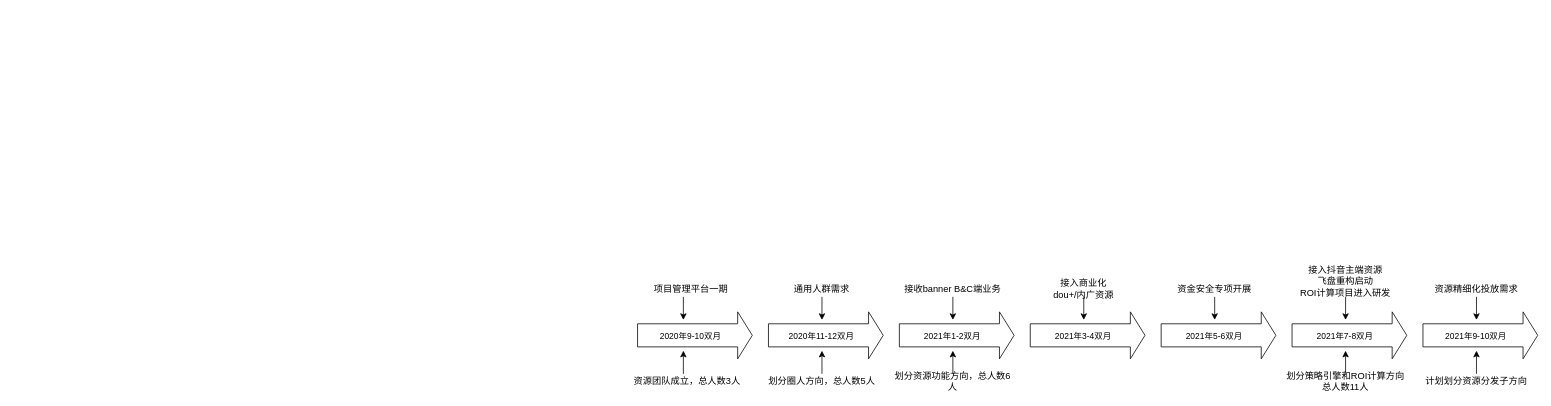
This is history.drawio from carlonelong/pics, a draw.io file, before an edit. Source tidied: cells renumbered, new cells numbered last; positions are measured from the earlier drawing's top-left corner, leaving out a move shared by most shapes. Both pictures are drawn from the tidied source at 77%, with x=0, y=0 at pixel (629, 273).
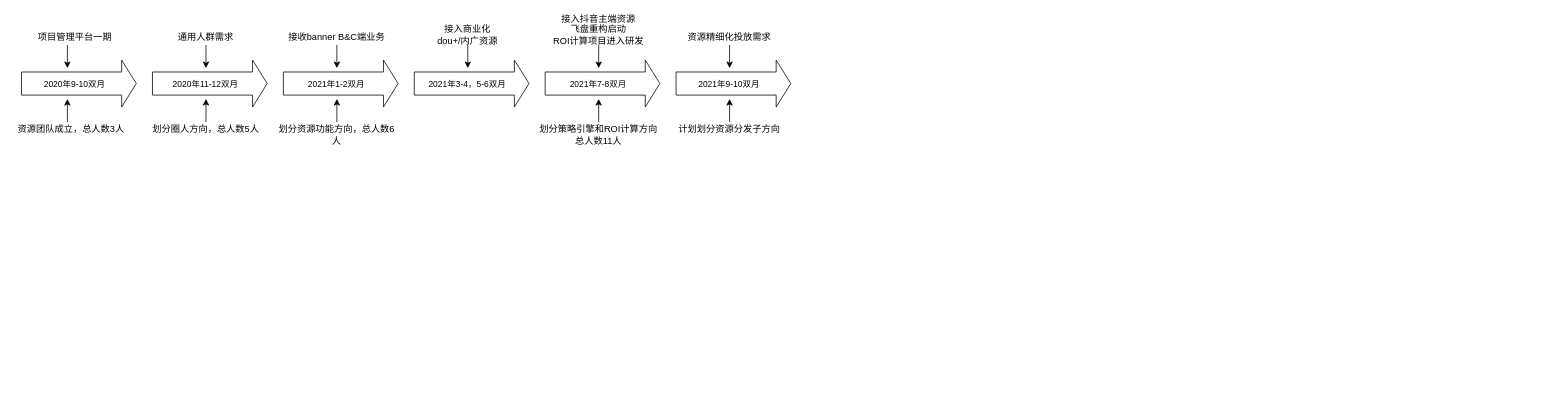
The same diagram, later.

What changed in the source:
```diff
@@
     <mxCell id="2" style="shape=flexArrow;endArrow=classic;html=1;strokeWidth=1;endSize=6;shadow=0;sketch=0;rounded=1;arcSize=20;endWidth=30;width=30;" parent="1" edge="1">
       <mxGeometry relative="1" as="geometry">
-        <mxPoint x="10" y="80" as="sourcePoint" />
-        <mxPoint x="160" y="80" as="targetPoint" />
+        <mxPoint x="-790" y="-247" as="sourcePoint" />
+        <mxPoint x="-640" y="-247" as="targetPoint" />
       </mxGeometry>
     </mxCell>
@@
     <mxCell id="4" style="shape=flexArrow;endArrow=classic;html=1;strokeWidth=1;endSize=6;shadow=0;sketch=0;rounded=1;arcSize=20;endWidth=30;width=30;" parent="1" edge="1">
       <mxGeometry relative="1" as="geometry">
-        <mxPoint x="180" y="80" as="sourcePoint" />
-        <mxPoint x="330" y="80" as="targetPoint" />
+        <mxPoint x="-620" y="-247" as="sourcePoint" />
+        <mxPoint x="-470" y="-247" as="targetPoint" />
       </mxGeometry>
     </mxCell>
@@
-    <mxCell id="6" style="shape=flexArrow;endArrow=classic;html=1;strokeWidth=1;endSize=6;shadow=0;sketch=0;rounded=1;arcSize=20;endWidth=30;width=30;" parent="1" edge="1">
-      <mxGeometry relative="1" as="geometry">
-        <mxPoint x="690" y="80" as="sourcePoint" />
-        <mxPoint x="840" y="80" as="targetPoint" />
-      </mxGeometry>
-    </mxCell>
-    <mxCell id="7" value="2021年5-6双月" style="edgeLabel;html=1;align=center;verticalAlign=middle;" parent="6" vertex="1">
-      <mxGeometry x="-0.09" y="-2" relative="1" as="geometry">
-        <mxPoint y="-2" as="offset" />
-      </mxGeometry>
-    </mxCell>
     <mxCell id="8" style="shape=flexArrow;endArrow=classic;html=1;strokeWidth=1;endSize=6;shadow=0;sketch=0;rounded=1;arcSize=20;endWidth=30;width=30;" parent="1" edge="1">
       <mxGeometry relative="1" as="geometry">
-        <mxPoint x="520" y="80" as="sourcePoint" />
-        <mxPoint x="670" y="80" as="targetPoint" />
+        <mxPoint x="-280" y="-247" as="sourcePoint" />
+        <mxPoint x="-130" y="-247" as="targetPoint" />
       </mxGeometry>
     </mxCell>
-    <mxCell id="9" value="2021年3-4双月" style="edgeLabel;html=1;align=center;verticalAlign=middle;" parent="8" vertex="1">
+    <mxCell id="9" value="2021年3-4，5-6双月" style="edgeLabel;html=1;align=center;verticalAlign=middle;" parent="8" vertex="1">
       <mxGeometry x="-0.09" y="-2" relative="1" as="geometry">
         <mxPoint y="-2" as="offset" />
       </mxGeometry>
     </mxCell>
     <mxCell id="10" style="shape=flexArrow;endArrow=classic;html=1;strokeWidth=1;endSize=6;shadow=0;sketch=0;rounded=1;arcSize=20;endWidth=30;width=30;" parent="1" edge="1">
       <mxGeometry relative="1" as="geometry">
-        <mxPoint x="350" y="80" as="sourcePoint" />
-        <mxPoint x="500" y="80" as="targetPoint" />
+        <mxPoint x="-450" y="-247" as="sourcePoint" />
+        <mxPoint x="-300" y="-247" as="targetPoint" />
       </mxGeometry>
     </mxCell>
@@
     <mxCell id="12" style="endArrow=classic;html=1;shadow=0;endSize=6;strokeWidth=1;" parent="1" edge="1">
       <mxGeometry relative="1" as="geometry">
-        <mxPoint x="70" y="130" as="sourcePoint" />
-        <mxPoint x="70" y="100" as="targetPoint" />
+        <mxPoint x="-730" y="-197" as="sourcePoint" />
+        <mxPoint x="-730" y="-227" as="targetPoint" />
       </mxGeometry>
     </mxCell>
     <mxCell id="13" style="shape=flexArrow;endArrow=classic;html=1;strokeWidth=1;endSize=6;shadow=0;sketch=0;rounded=1;arcSize=20;endWidth=30;width=30;" parent="1" edge="1">
       <mxGeometry relative="1" as="geometry">
-        <mxPoint x="860" y="80" as="sourcePoint" />
-        <mxPoint x="1010" y="80" as="targetPoint" />
+        <mxPoint x="-110" y="-247" as="sourcePoint" />
+        <mxPoint x="40" y="-247" as="targetPoint" />
       </mxGeometry>
     </mxCell>
@@
     <mxCell id="15" style="shape=flexArrow;endArrow=classic;html=1;strokeWidth=1;endSize=6;shadow=0;sketch=0;rounded=1;arcSize=20;endWidth=30;width=30;" parent="1" edge="1">
       <mxGeometry relative="1" as="geometry">
-        <mxPoint x="1030" y="80" as="sourcePoint" />
-        <mxPoint x="1180" y="80" as="targetPoint" />
+        <mxPoint x="60" y="-247" as="sourcePoint" />
+        <mxPoint x="210" y="-247" as="targetPoint" />
       </mxGeometry>
     </mxCell>
@@
     <mxCell id="17" value="资源团队成立，总人数3人" style="text;html=1;strokeColor=none;fillColor=none;align=center;verticalAlign=middle;whiteSpace=wrap;rounded=0;" parent="1" vertex="1">
-      <mxGeometry y="130" width="150" height="20" as="geometry" />
+      <mxGeometry x="-800" y="-197" width="150" height="20" as="geometry" />
     </mxCell>
     <mxCell id="18" style="endArrow=classic;html=1;shadow=0;endSize=6;strokeWidth=1;" parent="1" edge="1">
       <mxGeometry relative="1" as="geometry">
-        <mxPoint x="70" y="30" as="sourcePoint" />
-        <mxPoint x="70" y="60" as="targetPoint" />
+        <mxPoint x="-730" y="-297" as="sourcePoint" />
+        <mxPoint x="-730" y="-267" as="targetPoint" />
       </mxGeometry>
     </mxCell>
     <mxCell id="19" value="项目管理平台一期" style="text;html=1;strokeColor=none;fillColor=none;align=center;verticalAlign=middle;whiteSpace=wrap;rounded=0;" parent="1" vertex="1">
-      <mxGeometry x="10" y="10" width="140" height="20" as="geometry" />
+      <mxGeometry x="-790" y="-317" width="140" height="20" as="geometry" />
     </mxCell>
     <mxCell id="20" style="endArrow=classic;html=1;shadow=0;endSize=6;strokeWidth=1;" parent="1" edge="1">
       <mxGeometry relative="1" as="geometry">
-        <mxPoint x="250" y="30" as="sourcePoint" />
-        <mxPoint x="250" y="60" as="targetPoint" />
+        <mxPoint x="-550" y="-297" as="sourcePoint" />
+        <mxPoint x="-550" y="-267" as="targetPoint" />
       </mxGeometry>
     </mxCell>
     <mxCell id="21" value="通用人群需求" style="text;html=1;strokeColor=none;fillColor=none;align=center;verticalAlign=middle;whiteSpace=wrap;rounded=0;" parent="1" vertex="1">
-      <mxGeometry x="180" y="10" width="140" height="20" as="geometry" />
+      <mxGeometry x="-620" y="-317" width="140" height="20" as="geometry" />
     </mxCell>
     <mxCell id="22" style="endArrow=classic;html=1;shadow=0;endSize=6;strokeWidth=1;" parent="1" edge="1">
       <mxGeometry relative="1" as="geometry">
-        <mxPoint x="250" y="130" as="sourcePoint" />
-        <mxPoint x="250" y="100" as="targetPoint" />
+        <mxPoint x="-550" y="-197" as="sourcePoint" />
+        <mxPoint x="-550" y="-227" as="targetPoint" />
       </mxGeometry>
     </mxCell>
     <mxCell id="23" value="划分圈人方向，总人数5人" style="text;html=1;strokeColor=none;fillColor=none;align=center;verticalAlign=middle;whiteSpace=wrap;rounded=0;" parent="1" vertex="1">
-      <mxGeometry x="170" y="130" width="160" height="20" as="geometry" />
+      <mxGeometry x="-630" y="-197" width="160" height="20" as="geometry" />
     </mxCell>
     <mxCell id="24" style="endArrow=classic;html=1;shadow=0;endSize=6;strokeWidth=1;" parent="1" edge="1">
       <mxGeometry relative="1" as="geometry">
-        <mxPoint x="420" y="30" as="sourcePoint" />
-        <mxPoint x="420" y="60" as="targetPoint" />
+        <mxPoint x="-380" y="-297" as="sourcePoint" />
+        <mxPoint x="-380" y="-267" as="targetPoint" />
       </mxGeometry>
     </mxCell>
     <mxCell id="25" value="接收banner B&amp;amp;C端业务" style="text;html=1;strokeColor=none;fillColor=none;align=center;verticalAlign=middle;whiteSpace=wrap;rounded=0;" parent="1" vertex="1">
-      <mxGeometry x="350" y="10" width="140" height="20" as="geometry" />
+      <mxGeometry x="-450" y="-317" width="140" height="20" as="geometry" />
     </mxCell>
     <mxCell id="26" style="endArrow=classic;html=1;shadow=0;endSize=6;strokeWidth=1;" parent="1" edge="1">
       <mxGeometry relative="1" as="geometry">
-        <mxPoint x="420" y="130" as="sourcePoint" />
-        <mxPoint x="420" y="100" as="targetPoint" />
+        <mxPoint x="-380" y="-197" as="sourcePoint" />
+        <mxPoint x="-380" y="-227" as="targetPoint" />
       </mxGeometry>
     </mxCell>
     <mxCell id="27" value="划分资源功能方向，总人数6人" style="text;html=1;strokeColor=none;fillColor=none;align=center;verticalAlign=middle;whiteSpace=wrap;rounded=0;" parent="1" vertex="1">
-      <mxGeometry x="340" y="130" width="160" height="20" as="geometry" />
+      <mxGeometry x="-460" y="-190" width="160" height="20" as="geometry" />
     </mxCell>
     <mxCell id="28" style="endArrow=classic;html=1;shadow=0;endSize=6;strokeWidth=1;" parent="1" edge="1">
       <mxGeometry relative="1" as="geometry">
-        <mxPoint x="590" y="30" as="sourcePoint" />
-        <mxPoint x="590" y="60" as="targetPoint" />
+        <mxPoint x="-210" y="-297" as="sourcePoint" />
+        <mxPoint x="-210" y="-267" as="targetPoint" />
       </mxGeometry>
     </mxCell>
     <mxCell id="29" value="接入商业化&lt;br&gt;dou+/内广资源" style="text;html=1;strokeColor=none;fillColor=none;align=center;verticalAlign=middle;whiteSpace=wrap;rounded=0;" parent="1" vertex="1">
-      <mxGeometry x="520" y="10" width="140" height="20" as="geometry" />
+      <mxGeometry x="-280" y="-320" width="140" height="20" as="geometry" />
     </mxCell>
-    <mxCell id="30" style="endArrow=classic;html=1;shadow=0;endSize=6;strokeWidth=1;" parent="1" edge="1">
-      <mxGeometry relative="1" as="geometry">
-        <mxPoint x="760" y="30" as="sourcePoint" />
-        <mxPoint x="760" y="60" as="targetPoint" />
-      </mxGeometry>
-    </mxCell>
-    <mxCell id="31" value="资金安全专项开展" style="text;html=1;strokeColor=none;fillColor=none;align=center;verticalAlign=middle;whiteSpace=wrap;rounded=0;" parent="1" vertex="1">
-      <mxGeometry x="690" y="10" width="140" height="20" as="geometry" />
-    </mxCell>
     <mxCell id="32" style="endArrow=classic;html=1;shadow=0;endSize=6;strokeWidth=1;" parent="1" edge="1">
       <mxGeometry relative="1" as="geometry">
-        <mxPoint x="930" y="30" as="sourcePoint" />
-        <mxPoint x="930" y="60" as="targetPoint" />
+        <mxPoint x="-40" y="-297" as="sourcePoint" />
+        <mxPoint x="-40" y="-267" as="targetPoint" />
       </mxGeometry>
     </mxCell>
     <mxCell id="33" value="接入抖音主端资源&lt;br&gt;飞盘重构启动&lt;br&gt;ROI计算项目进入研发" style="text;html=1;strokeColor=none;fillColor=none;align=center;verticalAlign=middle;whiteSpace=wrap;rounded=0;" parent="1" vertex="1">
-      <mxGeometry x="860" width="140" height="20" as="geometry" />
+      <mxGeometry x="-110" y="-327" width="140" height="20" as="geometry" />
     </mxCell>
     <mxCell id="34" style="endArrow=classic;html=1;shadow=0;endSize=6;strokeWidth=1;" parent="1" edge="1">
       <mxGeometry relative="1" as="geometry">
-        <mxPoint x="1100" y="30" as="sourcePoint" />
-        <mxPoint x="1100" y="60" as="targetPoint" />
+        <mxPoint x="130" y="-297" as="sourcePoint" />
+        <mxPoint x="130" y="-267" as="targetPoint" />
       </mxGeometry>
     </mxCell>
     <mxCell id="35" value="资源精细化投放需求" style="text;html=1;strokeColor=none;fillColor=none;align=center;verticalAlign=middle;whiteSpace=wrap;rounded=0;" parent="1" vertex="1">
-      <mxGeometry x="1030" y="10" width="140" height="20" as="geometry" />
+      <mxGeometry x="60" y="-317" width="140" height="20" as="geometry" />
     </mxCell>
     <mxCell id="36" style="endArrow=classic;html=1;shadow=0;endSize=6;strokeWidth=1;" parent="1" edge="1">
       <mxGeometry relative="1" as="geometry">
-        <mxPoint x="930" y="130" as="sourcePoint" />
-        <mxPoint x="930" y="100" as="targetPoint" />
+        <mxPoint x="-40" y="-197" as="sourcePoint" />
+        <mxPoint x="-40" y="-227" as="targetPoint" />
       </mxGeometry>
     </mxCell>
     <mxCell id="37" value="划分策略引擎和ROI计算方向&lt;br&gt;总人数11人" style="text;html=1;strokeColor=none;fillColor=none;align=center;verticalAlign=middle;whiteSpace=wrap;rounded=0;" parent="1" vertex="1">
-      <mxGeometry x="850" y="130" width="160" height="20" as="geometry" />
+      <mxGeometry x="-120" y="-190" width="160" height="20" as="geometry" />
     </mxCell>
     <mxCell id="38" style="endArrow=classic;html=1;shadow=0;endSize=6;strokeWidth=1;" parent="1" edge="1">
       <mxGeometry relative="1" as="geometry">
-        <mxPoint x="1100" y="130" as="sourcePoint" />
-        <mxPoint x="1100" y="100" as="targetPoint" />
+        <mxPoint x="130" y="-197" as="sourcePoint" />
+        <mxPoint x="130" y="-227" as="targetPoint" />
       </mxGeometry>
     </mxCell>
     <mxCell id="39" value="计划划分资源分发子方向" style="text;html=1;strokeColor=none;fillColor=none;align=center;verticalAlign=middle;whiteSpace=wrap;rounded=0;" parent="1" vertex="1">
-      <mxGeometry x="1020" y="130" width="160" height="20" as="geometry" />
+      <mxGeometry x="50" y="-197" width="160" height="20" as="geometry" />
     </mxCell>
```
